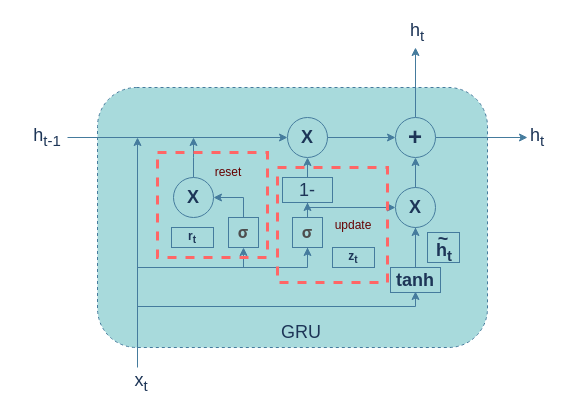
Above: 未命名绘图.drawio in huapigudemilu/engineeringsoftware (draw.io), before the change. Source tidied: cells renumbered, new cells numbered last; positions are measured from the earlier drawing's top-left corner, leaving out a move shared by most shapes. Both pictures are drawn from the tidied source at 100%, with x=0, y=0 at pixel (17, 17).
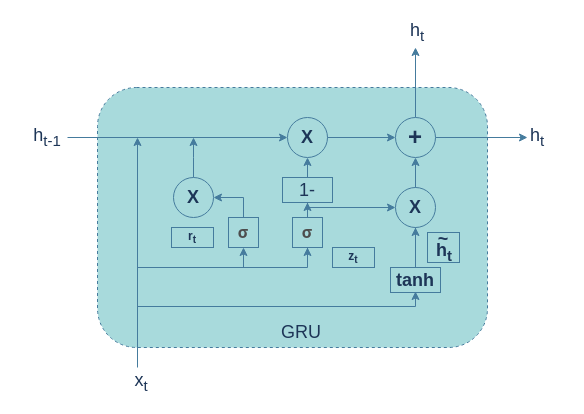
Above is the later version.

Commit message:
更新未命名绘图.drawio

Diff of the diagram source:
```diff
@@
-    <mxCell id="36" style="rounded=0;whiteSpace=wrap;html=1;strokeColor=#FF6666;fontColor=#1D3557;fillColor=none;dashed=1;strokeWidth=3;" parent="1" vertex="1">
-      <mxGeometry x="140" y="135" width="110" height="105" as="geometry" />
-    </mxCell>
-    <mxCell id="37" style="rounded=0;whiteSpace=wrap;html=1;strokeColor=#FF6666;fontColor=#1D3557;fillColor=none;dashed=1;strokeWidth=3;" parent="1" vertex="1">
-      <mxGeometry x="260" y="150" width="110" height="115" as="geometry" />
-    </mxCell>
-    <mxCell id="38" value="reset" style="text;html=1;align=center;verticalAlign=middle;whiteSpace=wrap;rounded=0;fontColor=#660000;" parent="1" vertex="1">
-      <mxGeometry x="181" y="140" width="60" height="30" as="geometry" />
-    </mxCell>
-    <mxCell id="39" value="update" style="text;html=1;align=center;verticalAlign=middle;whiteSpace=wrap;rounded=0;fontColor=#660000;" parent="1" vertex="1">
-      <mxGeometry x="306" y="192.5" width="60" height="30" as="geometry" />
-    </mxCell>
```
